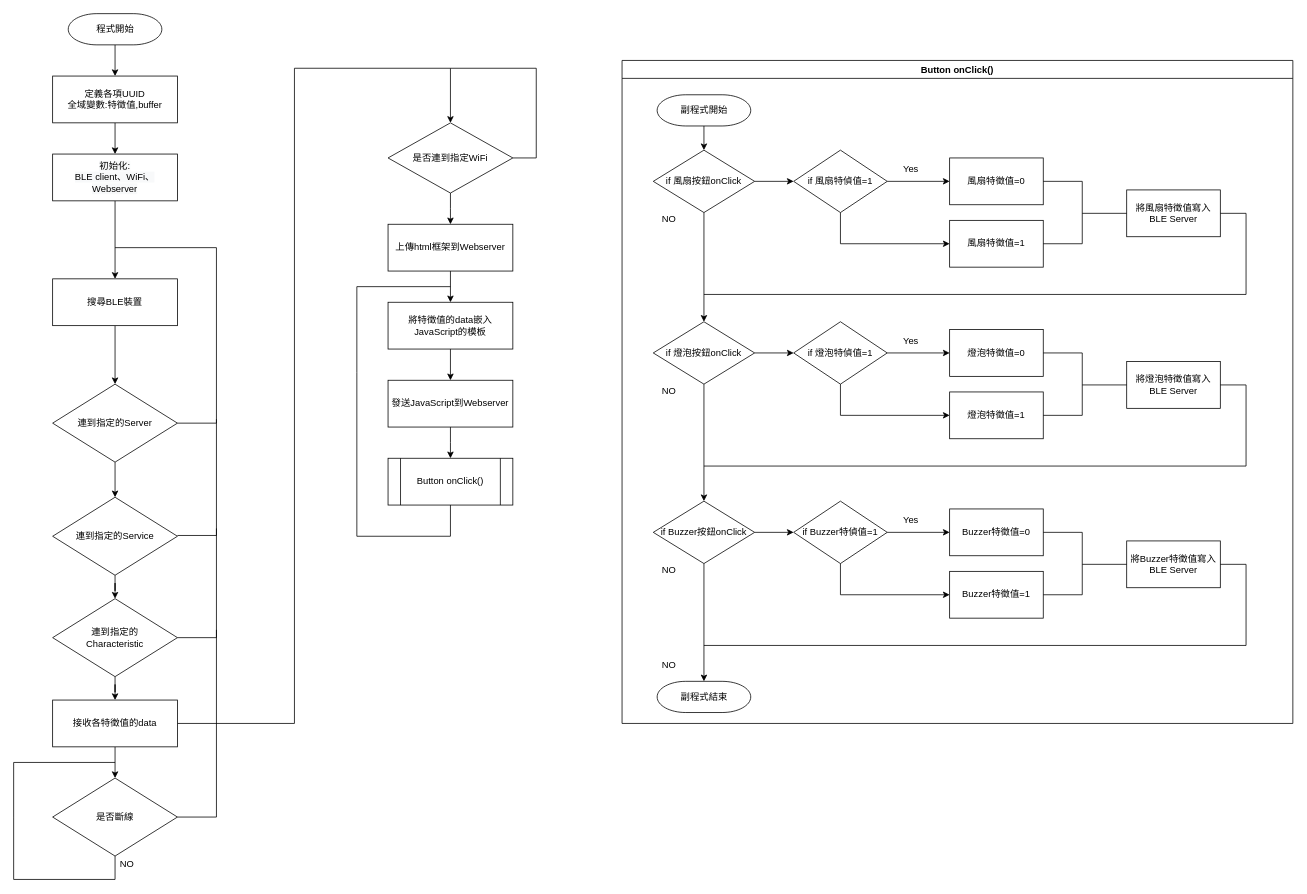
This is page "第1頁" (1 of 2) of iFamily_client.drawio from k39920123/iFamily, a draw.io file, before an edit. Source tidied: cells renumbered, new cells numbered last; positions are measured from the earlier drawing's top-left corner, leaving out a move shared by most shapes. Both pictures are drawn from the tidied source at 78%, with x=0, y=0 at pixel (13, 13).
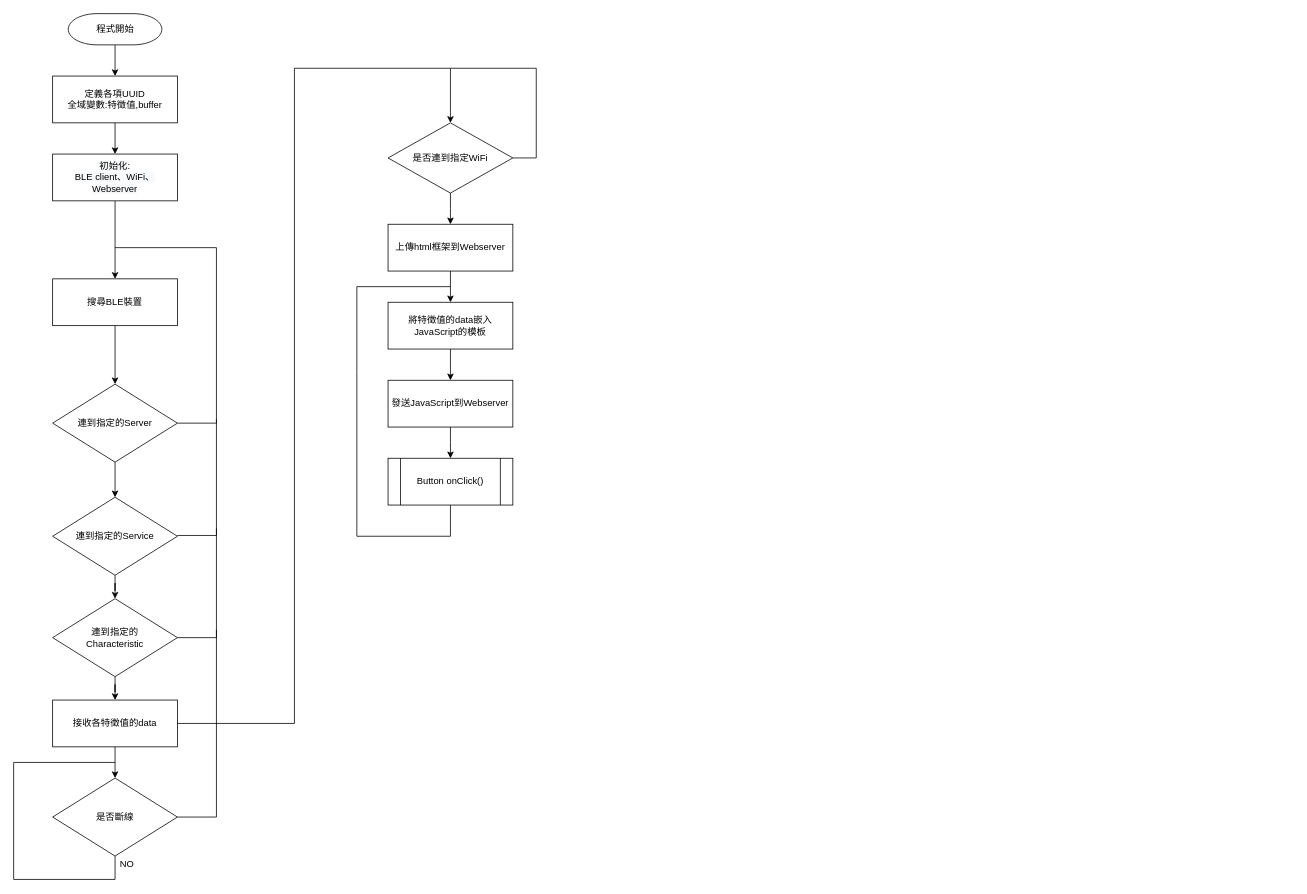
The same diagram, later.

The edit, as a diff of the source:
```diff
@@
-    <mxCell id="37" value="Button onClick()" style="swimlane;startSize=23;" parent="1" vertex="1">
-      <mxGeometry x="780" y="60" width="860" height="850" as="geometry" />
-    </mxCell>
-    <mxCell id="38" value="副程式開始" style="shape=mxgraph.flowchart.terminator;strokeWidth=1;gradientDirection=north;fontStyle=0;html=1;fillColor=default;strokeColor=default;fontSize=12;" parent="37" vertex="1">
-      <mxGeometry x="45" y="44" width="120" height="40" as="geometry" />
-    </mxCell>
-    <mxCell id="39" value="if 風扇特偵值=1" style="rhombus;whiteSpace=wrap;html=1;strokeWidth=1;gradientDirection=north;fontStyle=0;" parent="37" vertex="1">
-      <mxGeometry x="220" y="115" width="120" height="80" as="geometry" />
-    </mxCell>
-    <mxCell id="40" style="edgeStyle=none;rounded=0;jettySize=auto;html=1;fontSize=12;" parent="37" edge="1" source="41" target="39">
-      <mxGeometry relative="1" as="geometry" />
-    </mxCell>
-    <mxCell id="41" value="&lt;span&gt;if 風扇按鈕onClick&lt;/span&gt;" style="rhombus;whiteSpace=wrap;html=1;strokeWidth=1;gradientDirection=north;fontStyle=0;" parent="37" vertex="1">
-      <mxGeometry x="40" y="115" width="130" height="80" as="geometry" />
-    </mxCell>
-    <mxCell id="42" style="edgeStyle=none;rounded=0;jettySize=auto;html=1;fontSize=12;" parent="37" edge="1" source="38" target="41">
-      <mxGeometry relative="1" as="geometry" />
-    </mxCell>
-    <mxCell id="43" style="edgeStyle=none;rounded=0;jettySize=auto;html=1;fontSize=12;" parent="37" edge="1" source="41">
-      <mxGeometry relative="1" as="geometry">
-        <mxPoint x="105" y="335" as="targetPoint" />
-      </mxGeometry>
-    </mxCell>
-    <mxCell id="44" style="edgeStyle=none;rounded=0;orthogonalLoop=1;jettySize=auto;html=1;fontSize=12;" parent="37" edge="1">
-      <mxGeometry relative="1" as="geometry">
-        <mxPoint x="105" y="415" as="sourcePoint" />
-        <mxPoint x="105" y="565" as="targetPoint" />
-      </mxGeometry>
-    </mxCell>
-    <mxCell id="45" value="NO" style="text;html=1;align=center;verticalAlign=middle;strokeColor=none;fillColor=none;fontSize=12;" parent="37" vertex="1">
-      <mxGeometry x="45" y="194" width="30" height="20" as="geometry" />
-    </mxCell>
-    <mxCell id="46" value="NO" style="text;html=1;align=center;verticalAlign=middle;strokeColor=none;fillColor=none;fontSize=12;" parent="37" vertex="1">
-      <mxGeometry x="45" y="765" width="30" height="20" as="geometry" />
-    </mxCell>
-    <mxCell id="47" value="副程式結束" style="shape=mxgraph.flowchart.terminator;strokeWidth=1;gradientDirection=north;fontStyle=0;html=1;fillColor=default;strokeColor=default;fontSize=12;" parent="37" vertex="1">
-      <mxGeometry x="45" y="796" width="120" height="40" as="geometry" />
-    </mxCell>
-    <mxCell id="48" style="edgeStyle=none;rounded=0;jettySize=auto;html=1;fontSize=12;" parent="37" edge="1" target="47">
-      <mxGeometry relative="1" as="geometry">
-        <mxPoint x="105" y="645" as="sourcePoint" />
-      </mxGeometry>
-    </mxCell>
-    <mxCell id="49" value="風扇特徵值=0" style="whiteSpace=wrap;html=1;strokeWidth=1;gradientDirection=north;fontStyle=0;" parent="37" vertex="1">
-      <mxGeometry x="420" y="125" width="120" height="60" as="geometry" />
-    </mxCell>
-    <mxCell id="50" style="edgeStyle=none;rounded=0;jettySize=auto;html=1;fontSize=12;" parent="37" edge="1" source="39" target="49">
-      <mxGeometry relative="1" as="geometry" />
-    </mxCell>
-    <mxCell id="51" value="風扇特徵值=1" style="whiteSpace=wrap;html=1;strokeWidth=1;gradientDirection=north;fontStyle=0;" parent="37" vertex="1">
-      <mxGeometry x="420" y="205" width="120" height="60" as="geometry" />
-    </mxCell>
-    <mxCell id="52" style="edgeStyle=none;rounded=0;jettySize=auto;html=1;fontSize=12;exitX=0.5;exitY=1;exitDx=0;exitDy=0;entryX=0;entryY=0.5;entryDx=0;entryDy=0;" parent="37" edge="1" source="39" target="51">
-      <mxGeometry relative="1" as="geometry">
-        <Array as="points">
-          <mxPoint x="280" y="235" />
-        </Array>
-      </mxGeometry>
-    </mxCell>
-    <mxCell id="53" style="endArrow=none;html=1;rounded=0;fontSize=12;exitX=1;exitY=0.5;exitDx=0;exitDy=0;" parent="37" edge="1" source="51">
-      <mxGeometry relative="1" as="geometry">
-        <mxPoint x="590" y="235" as="targetPoint" />
-      </mxGeometry>
-    </mxCell>
-    <mxCell id="54" value="將風扇特徵值寫入BLE Server" style="whiteSpace=wrap;html=1;strokeWidth=1;gradientDirection=north;fontStyle=0;" parent="37" vertex="1">
-      <mxGeometry x="647" y="166" width="120" height="60" as="geometry" />
-    </mxCell>
-    <mxCell id="55" style="endArrow=none;html=1;rounded=0;exitX=1;exitY=0.5;exitDx=0;exitDy=0;" parent="37" edge="1" source="49">
-      <mxGeometry relative="1" as="geometry">
-        <mxPoint x="590" y="235" as="targetPoint" />
-        <Array as="points">
-          <mxPoint x="590" y="155" />
-        </Array>
-      </mxGeometry>
-    </mxCell>
-    <mxCell id="56" style="endArrow=none;html=1;rounded=0;entryX=0;entryY=0.5;entryDx=0;entryDy=0;" parent="37" edge="1" target="54">
-      <mxGeometry relative="1" as="geometry">
-        <mxPoint x="590" y="196" as="sourcePoint" />
-      </mxGeometry>
-    </mxCell>
-    <mxCell id="57" style="endArrow=none;html=1;rounded=0;entryX=1;entryY=0.5;entryDx=0;entryDy=0;" parent="37" edge="1" target="54">
-      <mxGeometry relative="1" as="geometry">
-        <mxPoint x="105" y="300" as="sourcePoint" />
-        <Array as="points">
-          <mxPoint x="800" y="300" />
-          <mxPoint x="800" y="196" />
-        </Array>
-      </mxGeometry>
-    </mxCell>
-    <mxCell id="58" value="if 燈泡特偵值=1" style="rhombus;whiteSpace=wrap;html=1;strokeWidth=1;gradientDirection=north;fontStyle=0;" parent="37" vertex="1">
-      <mxGeometry x="220" y="335" width="120" height="80" as="geometry" />
-    </mxCell>
-    <mxCell id="59" style="edgeStyle=none;rounded=0;jettySize=auto;html=1;fontSize=12;" parent="37" edge="1" source="60" target="58">
-      <mxGeometry relative="1" as="geometry" />
-    </mxCell>
-    <mxCell id="60" value="&lt;span&gt;if 燈泡按鈕onClick&lt;/span&gt;" style="rhombus;whiteSpace=wrap;html=1;strokeWidth=1;gradientDirection=north;fontStyle=0;" parent="37" vertex="1">
-      <mxGeometry x="40" y="335" width="130" height="80" as="geometry" />
-    </mxCell>
-    <mxCell id="61" value="NO" style="text;html=1;align=center;verticalAlign=middle;strokeColor=none;fillColor=none;fontSize=12;" parent="37" vertex="1">
-      <mxGeometry x="45" y="414" width="30" height="20" as="geometry" />
-    </mxCell>
-    <mxCell id="62" value="燈泡特徵值=0" style="whiteSpace=wrap;html=1;strokeWidth=1;gradientDirection=north;fontStyle=0;" parent="37" vertex="1">
-      <mxGeometry x="420" y="345" width="120" height="60" as="geometry" />
-    </mxCell>
-    <mxCell id="63" style="edgeStyle=none;rounded=0;jettySize=auto;html=1;fontSize=12;" parent="37" edge="1" source="58" target="62">
-      <mxGeometry relative="1" as="geometry" />
-    </mxCell>
-    <mxCell id="64" value="燈泡特徵值=1" style="whiteSpace=wrap;html=1;strokeWidth=1;gradientDirection=north;fontStyle=0;" parent="37" vertex="1">
-      <mxGeometry x="420" y="425" width="120" height="60" as="geometry" />
-    </mxCell>
-    <mxCell id="65" style="edgeStyle=none;rounded=0;jettySize=auto;html=1;fontSize=12;exitX=0.5;exitY=1;exitDx=0;exitDy=0;entryX=0;entryY=0.5;entryDx=0;entryDy=0;" parent="37" edge="1" source="58" target="64">
-      <mxGeometry relative="1" as="geometry">
-        <Array as="points">
-          <mxPoint x="280" y="455" />
-        </Array>
-      </mxGeometry>
-    </mxCell>
-    <mxCell id="66" style="endArrow=none;html=1;rounded=0;fontSize=12;exitX=1;exitY=0.5;exitDx=0;exitDy=0;" parent="37" edge="1" source="64">
-      <mxGeometry relative="1" as="geometry">
-        <mxPoint x="590" y="455" as="targetPoint" />
-      </mxGeometry>
-    </mxCell>
-    <mxCell id="67" value="將燈泡特徵值寫入BLE Server" style="whiteSpace=wrap;html=1;strokeWidth=1;gradientDirection=north;fontStyle=0;" parent="37" vertex="1">
-      <mxGeometry x="647" y="386" width="120" height="60" as="geometry" />
-    </mxCell>
-    <mxCell id="68" style="endArrow=none;html=1;rounded=0;exitX=1;exitY=0.5;exitDx=0;exitDy=0;" parent="37" edge="1" source="62">
-      <mxGeometry relative="1" as="geometry">
-        <mxPoint x="590" y="455" as="targetPoint" />
-        <Array as="points">
-          <mxPoint x="590" y="375" />
-        </Array>
-      </mxGeometry>
-    </mxCell>
-    <mxCell id="69" style="endArrow=none;html=1;rounded=0;entryX=0;entryY=0.5;entryDx=0;entryDy=0;" parent="37" edge="1" target="67">
-      <mxGeometry relative="1" as="geometry">
-        <mxPoint x="590" y="416" as="sourcePoint" />
-      </mxGeometry>
-    </mxCell>
-    <mxCell id="70" style="endArrow=none;html=1;rounded=0;entryX=1;entryY=0.5;entryDx=0;entryDy=0;" parent="37" edge="1" target="67">
-      <mxGeometry relative="1" as="geometry">
-        <mxPoint x="105" y="520" as="sourcePoint" />
-        <Array as="points">
-          <mxPoint x="800" y="520" />
-          <mxPoint x="800" y="416" />
-        </Array>
-      </mxGeometry>
-    </mxCell>
-    <mxCell id="71" value="Yes" style="text;html=1;align=center;verticalAlign=middle;strokeColor=none;fillColor=none;" parent="37" vertex="1">
-      <mxGeometry x="355" y="350" width="30" height="20" as="geometry" />
-    </mxCell>
-    <mxCell id="72" value="if Buzzer特偵值=1" style="rhombus;whiteSpace=wrap;html=1;strokeWidth=1;gradientDirection=north;fontStyle=0;" parent="37" vertex="1">
-      <mxGeometry x="220" y="565" width="120" height="80" as="geometry" />
-    </mxCell>
-    <mxCell id="73" style="edgeStyle=none;rounded=0;jettySize=auto;html=1;fontSize=12;" parent="37" edge="1" source="74" target="72">
-      <mxGeometry relative="1" as="geometry" />
-    </mxCell>
-    <mxCell id="74" value="&lt;span&gt;if Buzzer按鈕onClick&lt;/span&gt;" style="rhombus;whiteSpace=wrap;html=1;strokeWidth=1;gradientDirection=north;fontStyle=0;" parent="37" vertex="1">
-      <mxGeometry x="40" y="565" width="130" height="80" as="geometry" />
-    </mxCell>
-    <mxCell id="75" value="NO" style="text;html=1;align=center;verticalAlign=middle;strokeColor=none;fillColor=none;fontSize=12;" parent="37" vertex="1">
-      <mxGeometry x="45" y="644" width="30" height="20" as="geometry" />
-    </mxCell>
-    <mxCell id="76" value="Buzzer特徵值=0" style="whiteSpace=wrap;html=1;strokeWidth=1;gradientDirection=north;fontStyle=0;" parent="37" vertex="1">
-      <mxGeometry x="420" y="575" width="120" height="60" as="geometry" />
-    </mxCell>
-    <mxCell id="77" style="edgeStyle=none;rounded=0;jettySize=auto;html=1;fontSize=12;" parent="37" edge="1" source="72" target="76">
-      <mxGeometry relative="1" as="geometry" />
-    </mxCell>
-    <mxCell id="78" value="Buzzer特徵值=1" style="whiteSpace=wrap;html=1;strokeWidth=1;gradientDirection=north;fontStyle=0;" parent="37" vertex="1">
-      <mxGeometry x="420" y="655" width="120" height="60" as="geometry" />
-    </mxCell>
-    <mxCell id="79" style="edgeStyle=none;rounded=0;jettySize=auto;html=1;fontSize=12;exitX=0.5;exitY=1;exitDx=0;exitDy=0;entryX=0;entryY=0.5;entryDx=0;entryDy=0;" parent="37" edge="1" source="72" target="78">
-      <mxGeometry relative="1" as="geometry">
-        <Array as="points">
-          <mxPoint x="280" y="685" />
-        </Array>
-      </mxGeometry>
-    </mxCell>
-    <mxCell id="80" style="endArrow=none;html=1;rounded=0;fontSize=12;exitX=1;exitY=0.5;exitDx=0;exitDy=0;" parent="37" edge="1" source="78">
-      <mxGeometry relative="1" as="geometry">
-        <mxPoint x="590" y="685" as="targetPoint" />
-      </mxGeometry>
-    </mxCell>
-    <mxCell id="81" value="將Buzzer特徵值寫入BLE Server" style="whiteSpace=wrap;html=1;strokeWidth=1;gradientDirection=north;fontStyle=0;" parent="37" vertex="1">
-      <mxGeometry x="647" y="616" width="120" height="60" as="geometry" />
-    </mxCell>
-    <mxCell id="82" style="endArrow=none;html=1;rounded=0;exitX=1;exitY=0.5;exitDx=0;exitDy=0;" parent="37" edge="1" source="76">
-      <mxGeometry relative="1" as="geometry">
-        <mxPoint x="590" y="685" as="targetPoint" />
-        <Array as="points">
-          <mxPoint x="590" y="605" />
-        </Array>
-      </mxGeometry>
-    </mxCell>
-    <mxCell id="83" style="endArrow=none;html=1;rounded=0;entryX=0;entryY=0.5;entryDx=0;entryDy=0;" parent="37" edge="1" target="81">
-      <mxGeometry relative="1" as="geometry">
-        <mxPoint x="590" y="646" as="sourcePoint" />
-      </mxGeometry>
-    </mxCell>
-    <mxCell id="84" style="endArrow=none;html=1;rounded=0;entryX=1;entryY=0.5;entryDx=0;entryDy=0;" parent="37" edge="1" target="81">
-      <mxGeometry relative="1" as="geometry">
-        <mxPoint x="105" y="750" as="sourcePoint" />
-        <Array as="points">
-          <mxPoint x="800" y="750" />
-          <mxPoint x="800" y="646" />
-        </Array>
-      </mxGeometry>
-    </mxCell>
-    <mxCell id="85" value="Yes" style="text;html=1;align=center;verticalAlign=middle;strokeColor=none;fillColor=none;" parent="37" vertex="1">
-      <mxGeometry x="355" y="580" width="30" height="20" as="geometry" />
-    </mxCell>
-    <mxCell id="86" value="Yes" style="text;html=1;align=center;verticalAlign=middle;strokeColor=none;fillColor=none;" parent="1" vertex="1">
-      <mxGeometry x="1135" y="190" width="30" height="20" as="geometry" />
-    </mxCell>
```
